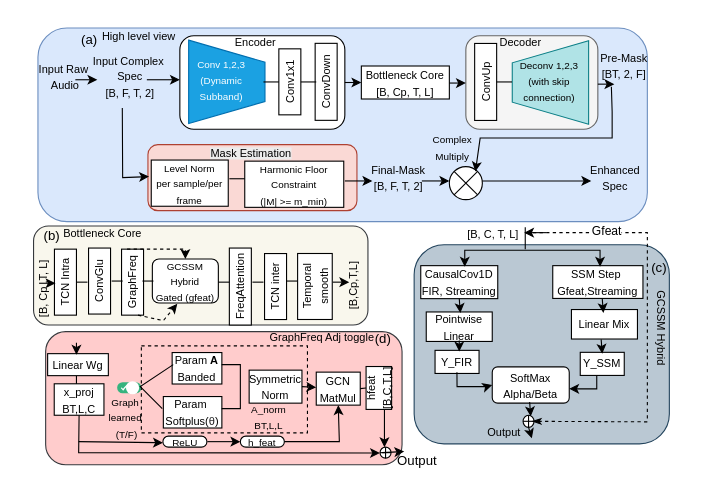
drchk/Timeseries_fuction keeps this draw.io diagram as Untitled Diagram.drawio. Above is the earlier version. Source tidied: cells renumbered, new cells numbered last; positions are measured from the earlier drawing's top-left corner, leaving out a move shared by most shapes. Both pictures are drawn from the tidied source at 110%, with x=0, y=0 at pixel (4, 19).
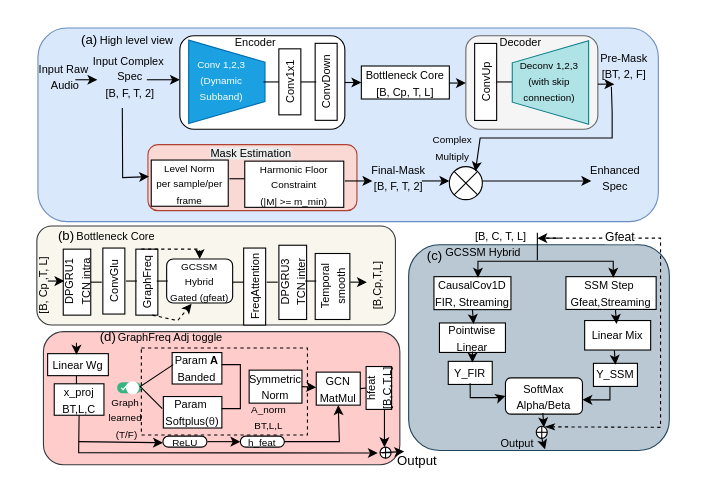
The same diagram, later.

Diff of the diagram source:
```diff
@@
     <mxCell id="2" style="rounded=1;whiteSpace=wrap;html=1;fillColor=#ffcccc;strokeColor=#36393d;" parent="1" vertex="1">
-      <mxGeometry x="37" y="284" width="324" height="121" as="geometry" />
+      <mxGeometry x="35" y="284" width="324" height="121" as="geometry" />
     </mxCell>
     <mxCell id="3" style="rounded=1;whiteSpace=wrap;html=1;fillColor=#dae8fc;strokeColor=#6c8ebf;" parent="1" vertex="1">
-      <mxGeometry x="30" y="8" width="554" height="176" as="geometry" />
+      <mxGeometry x="30" y="8" width="564" height="176" as="geometry" />
     </mxCell>
@@
     <mxCell id="42" style="rounded=1;whiteSpace=wrap;html=1;fillColor=#f9f7ed;strokeColor=#36393d;" parent="1" vertex="1">
-      <mxGeometry x="26" y="188" width="304" height="90" as="geometry" />
+      <mxGeometry x="29" y="188" width="326" height="90" as="geometry" />
     </mxCell>
     <mxCell id="43" value="&lt;font style=&quot;font-size: 10px;&quot;&gt;Bottleneck Core&lt;/font&gt;" style="text;html=1;whiteSpace=wrap;strokeColor=none;fillColor=none;align=center;verticalAlign=middle;rounded=0;" parent="1" vertex="1">
-      <mxGeometry x="49" y="179" width="80" height="30" as="geometry" />
+      <mxGeometry x="61" y="182" width="80" height="30" as="geometry" />
     </mxCell>
-    <mxCell id="44" value="&lt;font style=&quot;font-size: 10px;&quot;&gt;TCN Intra&lt;/font&gt;" style="rounded=0;whiteSpace=wrap;html=1;rotation=-90;" parent="1" vertex="1">
-      <mxGeometry x="25" y="229" width="60" height="20" as="geometry" />
+    <mxCell id="44" value="&lt;font style=&quot;font-size: 10px;&quot;&gt;DPGRU1&lt;/font&gt;&lt;div&gt;&lt;font style=&quot;font-size: 10px;&quot;&gt;TCN intra&lt;/font&gt;&lt;/div&gt;" style="rounded=0;whiteSpace=wrap;html=1;rotation=-90;" parent="1" vertex="1">
+      <mxGeometry x="35.5" y="226.5" width="60" height="25" as="geometry" />
     </mxCell>
     <mxCell id="45" value="&lt;font style=&quot;font-size: 10px;&quot;&gt;ConvGlu&lt;/font&gt;" style="rounded=0;whiteSpace=wrap;html=1;rotation=-90;" parent="1" vertex="1">
-      <mxGeometry x="56" y="228" width="60" height="20" as="geometry" />
+      <mxGeometry x="69" y="228" width="60" height="20" as="geometry" />
     </mxCell>
     <mxCell id="46" value="&lt;font style=&quot;font-size: 10px;&quot;&gt;GraphFreq&lt;/font&gt;" style="rounded=0;whiteSpace=wrap;html=1;rotation=-90;" parent="1" vertex="1">
-      <mxGeometry x="86" y="229" width="60" height="20" as="geometry" />
+      <mxGeometry x="99" y="229" width="60" height="20" as="geometry" />
     </mxCell>
     <mxCell id="47" value="&lt;font style=&quot;font-size: 10px;&quot;&gt;FreqAttention&lt;/font&gt;" style="rounded=0;whiteSpace=wrap;html=1;rotation=-90;" parent="1" vertex="1">
-      <mxGeometry x="179" y="233" width="70" height="20" as="geometry" />
+      <mxGeometry x="192" y="233" width="70" height="20" as="geometry" />
     </mxCell>
-    <mxCell id="48" value="&lt;font style=&quot;font-size: 10px;&quot;&gt;TCN inter&lt;/font&gt;" style="rounded=0;whiteSpace=wrap;html=1;rotation=-90;" parent="1" vertex="1">
-      <mxGeometry x="216" y="233" width="60" height="20" as="geometry" />
+    <mxCell id="48" value="&lt;font style=&quot;font-size: 10px;&quot;&gt;DPGRU3&lt;/font&gt;&lt;div&gt;&lt;font style=&quot;font-size: 10px;&quot;&gt;TCN inter&lt;/font&gt;&lt;/div&gt;" style="rounded=0;whiteSpace=wrap;html=1;rotation=-90;" parent="1" vertex="1">
+      <mxGeometry x="227.9" y="226.6" width="67.5" height="25.2" as="geometry" />
     </mxCell>
     <mxCell id="49" value="&lt;font style=&quot;font-size: 10px;&quot;&gt;Temporal&lt;/font&gt;&lt;div&gt;&lt;font style=&quot;font-size: 10px;&quot;&gt;smooth&lt;/font&gt;&lt;/div&gt;" style="rounded=0;whiteSpace=wrap;html=1;rotation=-90;" parent="1" vertex="1">
-      <mxGeometry x="251.8" y="227.2" width="60" height="31.5" as="geometry" />
+      <mxGeometry x="267.8" y="227.2" width="60" height="31.5" as="geometry" />
     </mxCell>
     <mxCell id="50" value="&lt;font style=&quot;font-size: 9px;&quot;&gt;GCSSM&lt;/font&gt;&lt;div&gt;&lt;font style=&quot;font-size: 9px;&quot;&gt;Hybrid&lt;/font&gt;&lt;/div&gt;&lt;div&gt;&lt;font style=&quot;font-size: 9px;&quot;&gt;Gated (gfeat)&lt;/font&gt;&lt;/div&gt;" style="rounded=1;whiteSpace=wrap;html=1;" parent="1" vertex="1">
-      <mxGeometry x="134" y="218" width="60" height="40" as="geometry" />
+      <mxGeometry x="147" y="218" width="60" height="40" as="geometry" />
     </mxCell>
     <mxCell id="51" style="endArrow=none;html=1;rounded=0;" parent="1" edge="1">
       <mxGeometry relative="1" as="geometry">
-        <mxPoint x="65" y="239" as="sourcePoint" />
-        <mxPoint x="75" y="239" as="targetPoint" />
+        <mxPoint x="78" y="239" as="sourcePoint" />
+        <mxPoint x="88" y="239" as="targetPoint" />
       </mxGeometry>
     </mxCell>
     <mxCell id="52" style="endArrow=none;html=1;rounded=0;" parent="1" edge="1">
       <mxGeometry relative="1" as="geometry">
-        <mxPoint x="97" y="238" as="sourcePoint" />
-        <mxPoint x="107" y="238" as="targetPoint" />
+        <mxPoint x="110" y="238" as="sourcePoint" />
+        <mxPoint x="120" y="238" as="targetPoint" />
       </mxGeometry>
     </mxCell>
     <mxCell id="53" style="endArrow=none;html=1;rounded=0;" parent="1" edge="1">
       <mxGeometry relative="1" as="geometry">
-        <mxPoint x="194" y="239" as="sourcePoint" />
-        <mxPoint x="204" y="239" as="targetPoint" />
+        <mxPoint x="207" y="239" as="sourcePoint" />
+        <mxPoint x="217" y="239" as="targetPoint" />
       </mxGeometry>
     </mxCell>
     <mxCell id="54" style="endArrow=none;html=1;rounded=0;" parent="1" edge="1">
       <mxGeometry relative="1" as="geometry">
-        <mxPoint x="225" y="239" as="sourcePoint" />
-        <mxPoint x="235" y="239" as="targetPoint" />
+        <mxPoint x="238" y="239" as="sourcePoint" />
+        <mxPoint x="248" y="239" as="targetPoint" />
       </mxGeometry>
     </mxCell>
     <mxCell id="55" style="endArrow=none;html=1;rounded=0;" parent="1" edge="1">
       <mxGeometry relative="1" as="geometry">
-        <mxPoint x="256" y="238" as="sourcePoint" />
-        <mxPoint x="266" y="238" as="targetPoint" />
+        <mxPoint x="273" y="238" as="sourcePoint" />
+        <mxPoint x="283" y="238" as="targetPoint" />
       </mxGeometry>
     </mxCell>
     <mxCell id="56" style="endArrow=classic;html=1;rounded=0;exitX=1;exitY=0.5;exitDx=0;exitDy=0;entryX=0;entryY=0.5;entryDx=0;entryDy=0;" parent="1" edge="1">
       <mxGeometry relative="1" as="geometry">
-        <mxPoint x="298" y="239" as="sourcePoint" />
-        <mxPoint x="313" y="239" as="targetPoint" />
+        <mxPoint x="314" y="239" as="sourcePoint" />
+        <mxPoint x="329" y="239" as="targetPoint" />
       </mxGeometry>
     </mxCell>
     <mxCell id="57" style="endArrow=classic;html=1;rounded=0;exitX=1;exitY=0.5;exitDx=0;exitDy=0;entryX=0;entryY=0.5;entryDx=0;entryDy=0;" parent="1" edge="1">
       <mxGeometry relative="1" as="geometry">
-        <mxPoint x="31" y="240" as="sourcePoint" />
-        <mxPoint x="46" y="240" as="targetPoint" />
+        <mxPoint x="39" y="238" as="sourcePoint" />
+        <mxPoint x="54" y="238" as="targetPoint" />
       </mxGeometry>
     </mxCell>
     <mxCell id="58" value="&lt;font style=&quot;font-size: 10px;&quot;&gt;[B,Cp,T,L]&lt;/font&gt;" style="text;html=1;whiteSpace=wrap;strokeColor=none;fillColor=none;align=center;verticalAlign=middle;rounded=0;rotation=-90;" parent="1" vertex="1">
-      <mxGeometry x="287" y="227.2" width="60" height="30" as="geometry" />
+      <mxGeometry x="309" y="227.2" width="60" height="30" as="geometry" />
     </mxCell>
     <mxCell id="59" value="&lt;font style=&quot;font-size: 10px;&quot;&gt;[B, Cp ,T, L]&lt;/font&gt;" style="text;html=1;whiteSpace=wrap;strokeColor=none;fillColor=none;align=center;verticalAlign=middle;rounded=0;rotation=-90;" parent="1" vertex="1">
-      <mxGeometry y="230.2" width="70" height="30" as="geometry" />
+      <mxGeometry x="-0.1" y="225.4" width="70" height="33.8" as="geometry" />
     </mxCell>
     <mxCell id="60" style="endArrow=none;html=1;rounded=0;" parent="1" edge="1">
       <mxGeometry relative="1" as="geometry">
-        <mxPoint x="125" y="238" as="sourcePoint" />
-        <mxPoint x="135" y="238" as="targetPoint" />
+        <mxPoint x="138" y="238" as="sourcePoint" />
+        <mxPoint x="148" y="238" as="targetPoint" />
       </mxGeometry>
     </mxCell>
     <mxCell id="61" style="endArrow=classic;html=1;rounded=0;exitX=0;exitY=0.75;exitDx=0;exitDy=0;entryX=0.378;entryY=1.017;entryDx=0;entryDy=0;entryPerimeter=0;dashed=1;" parent="1" edge="1" source="46" target="50">
       <mxGeometry relative="1" as="geometry">
         <Array as="points">
-          <mxPoint x="144" y="274" />
+          <mxPoint x="157" y="274" />
         </Array>
       </mxGeometry>
     </mxCell>
     <mxCell id="62" style="endArrow=classic;html=1;rounded=0;exitX=1;exitY=0.25;exitDx=0;exitDy=0;entryX=0.5;entryY=0;entryDx=0;entryDy=0;dashed=1;" parent="1" edge="1" source="46" target="50">
       <mxGeometry relative="1" as="geometry">
         <Array as="points">
-          <mxPoint x="164" y="209" />
+          <mxPoint x="177" y="209" />
         </Array>
       </mxGeometry>
     </mxCell>
     <mxCell id="63" style="rounded=1;whiteSpace=wrap;html=1;fillColor=#bac8d3;strokeColor=#23445d;" parent="1" vertex="1">
-      <mxGeometry x="372" y="205" width="232" height="181" as="geometry" />
+      <mxGeometry x="367" y="205" width="237" height="187" as="geometry" />
     </mxCell>
-    <mxCell id="64" value="&lt;font style=&quot;font-size: 10px;&quot;&gt;GCSSM Hybrid&lt;/font&gt;" style="text;html=1;whiteSpace=wrap;strokeColor=none;fillColor=none;align=center;verticalAlign=middle;rounded=0;rotation=90;" parent="1" vertex="1">
-      <mxGeometry x="527" y="266" width="140" height="30" as="geometry" />
+    <mxCell id="64" value="&lt;font style=&quot;font-size: 10px;&quot;&gt;GCSSM Hybrid&lt;/font&gt;" style="text;html=1;whiteSpace=wrap;strokeColor=none;fillColor=none;align=center;verticalAlign=middle;rounded=0;rotation=0;" parent="1" vertex="1">
+      <mxGeometry x="365" y="197.2" width="140" height="30" as="geometry" />
     </mxCell>
     <mxCell id="65" value="&lt;font style=&quot;font-size: 10px;&quot;&gt;CausalCov1D&lt;/font&gt;&lt;div&gt;&lt;font style=&quot;font-size: 10px;&quot;&gt;FIR, Streaming&lt;/font&gt;&lt;/div&gt;" style="rounded=0;whiteSpace=wrap;html=1;" parent="1" vertex="1">
-      <mxGeometry x="378" y="224" width="70" height="30" as="geometry" />
+      <mxGeometry x="390" y="234" width="70" height="30" as="geometry" />
     </mxCell>
     <mxCell id="66" value="&lt;font style=&quot;font-size: 10px;&quot;&gt;Pointwise&lt;/font&gt;&lt;div&gt;&lt;font style=&quot;font-size: 10px;&quot;&gt;Linear&lt;/font&gt;&lt;/div&gt;" style="rounded=0;whiteSpace=wrap;html=1;" parent="1" vertex="1">
-      <mxGeometry x="383" y="266.1" width="60" height="26.8" as="geometry" />
+      <mxGeometry x="395" y="276.1" width="60" height="26.8" as="geometry" />
     </mxCell>
     <mxCell id="67" value="&lt;font style=&quot;font-size: 10px;&quot;&gt;Y_FIR&lt;/font&gt;" style="rounded=0;whiteSpace=wrap;html=1;" parent="1" vertex="1">
-      <mxGeometry x="391" y="301" width="40" height="21" as="geometry" />
+      <mxGeometry x="403" y="311" width="40" height="21" as="geometry" />
     </mxCell>
     <mxCell id="68" style="endArrow=classic;html=1;rounded=0;exitX=0.5;exitY=1;exitDx=0;exitDy=0;" parent="1" edge="1" source="65">
       <mxGeometry relative="1" as="geometry">
-        <mxPoint x="414" y="267" as="targetPoint" />
+        <mxPoint x="426" y="277" as="targetPoint" />
       </mxGeometry>
     </mxCell>
     <mxCell id="69" style="endArrow=classic;html=1;rounded=0;" parent="1" edge="1">
       <mxGeometry relative="1" as="geometry">
-        <mxPoint x="413" y="292" as="sourcePoint" />
-        <mxPoint x="413" y="302" as="targetPoint" />
+        <mxPoint x="425" y="302" as="sourcePoint" />
+        <mxPoint x="425" y="312" as="targetPoint" />
         <Array as="points">
-          <mxPoint x="413" y="302" />
+          <mxPoint x="425" y="312" />
         </Array>
       </mxGeometry>
     </mxCell>
     <mxCell id="70" style="endArrow=classic;html=1;rounded=0;entryX=0;entryY=0.5;entryDx=0;entryDy=0;" parent="1" edge="1" target="71">
       <mxGeometry relative="1" as="geometry">
-        <mxPoint x="410.9" y="321" as="sourcePoint" />
+        <mxPoint x="422.9" y="331" as="sourcePoint" />
         <Array as="points">
-          <mxPoint x="411" y="334" />
-          <mxPoint x="438" y="334" />
+          <mxPoint x="423" y="344" />
+          <mxPoint x="450" y="344" />
         </Array>
       </mxGeometry>
     </mxCell>
     <mxCell id="71" value="&lt;font style=&quot;font-size: 10px;&quot;&gt;SoftMax&lt;/font&gt;&lt;div&gt;&lt;font style=&quot;font-size: 10px;&quot;&gt;Alpha/Beta&lt;/font&gt;&lt;/div&gt;" style="rounded=1;whiteSpace=wrap;html=1;" parent="1" vertex="1">
-      <mxGeometry x="443" y="316" width="70" height="33" as="geometry" />
+      <mxGeometry x="455" y="326" width="70" height="33" as="geometry" />
     </mxCell>
     <mxCell id="72" value="&lt;span style=&quot;font-size: 10px;&quot;&gt;SSM Step&amp;nbsp;&lt;/span&gt;&lt;div&gt;&lt;span style=&quot;font-size: 10px;&quot;&gt;Gfeat,Streaming&lt;/span&gt;&lt;/div&gt;" style="rounded=0;whiteSpace=wrap;html=1;" parent="1" vertex="1">
-      <mxGeometry x="498" y="224" width="82" height="29.8" as="geometry" />
+      <mxGeometry x="510" y="234" width="82" height="29.8" as="geometry" />
     </mxCell>
     <mxCell id="73" value="&lt;span style=&quot;font-size: 10px;&quot;&gt;Linear Mix&lt;/span&gt;" style="rounded=0;whiteSpace=wrap;html=1;" parent="1" vertex="1">
-      <mxGeometry x="515" y="263.9" width="60" height="26.8" as="geometry" />
+      <mxGeometry x="527" y="273.9" width="60" height="26.8" as="geometry" />
     </mxCell>
     <mxCell id="74" value="&lt;font style=&quot;font-size: 10px;&quot;&gt;Y_SSM&lt;/font&gt;" style="rounded=0;whiteSpace=wrap;html=1;" parent="1" vertex="1">
-      <mxGeometry x="523" y="302.8" width="40" height="21" as="geometry" />
+      <mxGeometry x="535" y="312.8" width="40" height="21" as="geometry" />
     </mxCell>
     <mxCell id="75" style="endArrow=classic;html=1;rounded=0;exitX=0.5;exitY=1;exitDx=0;exitDy=0;" parent="1" edge="1">
       <mxGeometry relative="1" as="geometry">
-        <mxPoint x="543" y="254" as="sourcePoint" />
-        <mxPoint x="544" y="267" as="targetPoint" />
+        <mxPoint x="555" y="264" as="sourcePoint" />
+        <mxPoint x="556" y="277" as="targetPoint" />
       </mxGeometry>
     </mxCell>
     <mxCell id="76" style="endArrow=classic;html=1;rounded=0;exitX=0.5;exitY=1;exitDx=0;exitDy=0;" parent="1" edge="1">
       <mxGeometry relative="1" as="geometry">
-        <mxPoint x="542" y="291" as="sourcePoint" />
-        <mxPoint x="543" y="304" as="targetPoint" />
+        <mxPoint x="554" y="301" as="sourcePoint" />
+        <mxPoint x="555" y="314" as="targetPoint" />
       </mxGeometry>
     </mxCell>
     <mxCell id="77" style="endArrow=classic;html=1;rounded=0;exitX=0.5;exitY=1;exitDx=0;exitDy=0;" parent="1" edge="1">
       <mxGeometry relative="1" as="geometry">
-        <mxPoint x="538" y="323.8" as="sourcePoint" />
-        <mxPoint x="513" y="336" as="targetPoint" />
+        <mxPoint x="550" y="333.8" as="sourcePoint" />
+        <mxPoint x="525" y="346" as="targetPoint" />
         <Array as="points">
-          <mxPoint x="538" y="336" />
+          <mxPoint x="550" y="346" />
         </Array>
       </mxGeometry>
     </mxCell>
     <mxCell id="78" style="verticalLabelPosition=bottom;verticalAlign=top;html=1;shape=mxgraph.flowchart.summing_function;" parent="1" vertex="1">
-      <mxGeometry x="471" y="360" width="10" height="11" as="geometry" />
+      <mxGeometry x="483" y="370" width="10" height="11" as="geometry" />
     </mxCell>
     <mxCell id="79" style="endArrow=classic;html=1;rounded=0;exitX=0.5;exitY=1;exitDx=0;exitDy=0;" parent="1" edge="1">
       <mxGeometry relative="1" as="geometry">
-        <mxPoint x="477" y="348" as="sourcePoint" />
-        <mxPoint x="478" y="361" as="targetPoint" />
+        <mxPoint x="489" y="358" as="sourcePoint" />
+        <mxPoint x="490" y="371" as="targetPoint" />
       </mxGeometry>
     </mxCell>
     <mxCell id="80" style="endArrow=classic;html=1;rounded=0;exitX=0.5;exitY=1;exitDx=0;exitDy=0;exitPerimeter=0;" parent="1" edge="1" source="78">
       <mxGeometry relative="1" as="geometry">
-        <mxPoint x="479" y="381" as="targetPoint" />
+        <mxPoint x="491" y="391" as="targetPoint" />
       </mxGeometry>
     </mxCell>
     <mxCell id="81" style="endArrow=classic;startArrow=classic;html=1;rounded=0;" parent="1" edge="1">
       <mxGeometry relative="1" as="geometry">
-        <mxPoint x="418" y="225" as="sourcePoint" />
-        <mxPoint x="541" y="225" as="targetPoint" />
+        <mxPoint x="430" y="235" as="sourcePoint" />
+        <mxPoint x="553" y="235" as="targetPoint" />
         <Array as="points">
-          <mxPoint x="418" y="210" />
-          <mxPoint x="541" y="210" />
+          <mxPoint x="430" y="220" />
+          <mxPoint x="553" y="220" />
         </Array>
       </mxGeometry>
     </mxCell>
     <mxCell id="82" style="endArrow=none;html=1;rounded=0;" parent="1" edge="1">
       <mxGeometry relative="1" as="geometry">
-        <mxPoint x="473" y="209" as="sourcePoint" />
-        <mxPoint x="473" y="189" as="targetPoint" />
+        <mxPoint x="484" y="219" as="sourcePoint" />
+        <mxPoint x="484" y="199" as="targetPoint" />
+        <Array as="points">
+          <mxPoint x="484" y="194" />
+        </Array>
       </mxGeometry>
     </mxCell>
     <mxCell id="83" value="&lt;font style=&quot;font-size: 10px;&quot;&gt;[B, C, T, L]&lt;/font&gt;" style="text;html=1;whiteSpace=wrap;strokeColor=none;fillColor=none;align=center;verticalAlign=middle;rounded=0;" parent="1" vertex="1">
-      <mxGeometry x="414" y="180" width="60" height="30" as="geometry" />
+      <mxGeometry x="421" y="182" width="60" height="30" as="geometry" />
     </mxCell>
     <mxCell id="84" style="endArrow=classicThin;html=1;rounded=0;entryX=1;entryY=0.5;entryDx=0;entryDy=0;entryPerimeter=0;dashed=1;endFill=1;" parent="1" edge="1">
       <mxGeometry relative="1" as="geometry">
-        <mxPoint x="474" y="194" as="sourcePoint" />
-        <mxPoint x="479" y="365.5" as="targetPoint" />
+        <mxPoint x="486" y="199" as="sourcePoint" />
+        <mxPoint x="491" y="370.5" as="targetPoint" />
         <Array as="points">
-          <mxPoint x="584" y="194" />
-          <mxPoint x="584" y="284" />
-          <mxPoint x="584" y="366" />
+          <mxPoint x="596" y="199" />
+          <mxPoint x="596" y="289" />
+          <mxPoint x="596" y="371" />
         </Array>
       </mxGeometry>
     </mxCell>
@@
     <mxCell id="86" style="endArrow=classic;html=1;rounded=0;" parent="1" edge="1">
       <mxGeometry relative="1" as="geometry">
-        <mxPoint x="492" y="194" as="sourcePoint" />
-        <mxPoint x="472" y="194" as="targetPoint" />
+        <mxPoint x="504" y="199" as="sourcePoint" />
+        <mxPoint x="484" y="199" as="targetPoint" />
       </mxGeometry>
     </mxCell>
     <mxCell id="87" value="&lt;font style=&quot;font-size: 10px;&quot;&gt;Output&lt;/font&gt;" style="text;html=1;whiteSpace=wrap;strokeColor=none;fillColor=none;align=center;verticalAlign=middle;rounded=0;" parent="1" vertex="1">
-      <mxGeometry x="424" y="360" width="60" height="30" as="geometry" />
+      <mxGeometry x="436" y="370" width="60" height="30" as="geometry" />
     </mxCell>
@@
     <mxCell id="96" style="rounded=0;whiteSpace=wrap;html=1;fillColor=none;dashed=1;" parent="1" vertex="1">
-      <mxGeometry x="124" y="296.9" width="151" height="79.1" as="geometry" />
+      <mxGeometry x="124" y="298.9" width="151" height="79.1" as="geometry" />
     </mxCell>
@@
     <mxCell id="117" value="(b)" style="text;html=1;whiteSpace=wrap;strokeColor=none;fillColor=none;align=center;verticalAlign=middle;rounded=0;" parent="1" vertex="1">
-      <mxGeometry x="13" y="182" width="60" height="30" as="geometry" />
+      <mxGeometry x="26" y="182" width="60" height="30" as="geometry" />
     </mxCell>
     <mxCell id="118" value="(c)" style="text;html=1;whiteSpace=wrap;strokeColor=none;fillColor=none;align=center;verticalAlign=middle;rounded=0;" parent="1" vertex="1">
-      <mxGeometry x="565" y="211" width="60" height="30" as="geometry" />
+      <mxGeometry x="361" y="200" width="60" height="30" as="geometry" />
     </mxCell>
     <mxCell id="119" value="(d)" style="text;html=1;whiteSpace=wrap;strokeColor=none;fillColor=none;align=center;verticalAlign=middle;rounded=0;" parent="1" vertex="1">
-      <mxGeometry x="314.4" y="276" width="60" height="30" as="geometry" />
+      <mxGeometry x="64" y="274" width="60" height="30" as="geometry" />
     </mxCell>
     <mxCell id="120" value="&lt;font style=&quot;font-size: 10px;&quot;&gt;GraphFreq Adj toggle&lt;/font&gt;" style="text;html=1;whiteSpace=wrap;strokeColor=none;fillColor=none;align=center;verticalAlign=middle;rounded=0;" parent="1" vertex="1">
-      <mxGeometry x="228" y="274" width="121" height="30" as="geometry" />
+      <mxGeometry x="90" y="274" width="121" height="30" as="geometry" />
     </mxCell>
     <mxCell id="121" value="&lt;font style=&quot;font-size: 10px;&quot;&gt;High level view&lt;/font&gt;" style="text;html=1;whiteSpace=wrap;strokeColor=none;fillColor=none;align=center;verticalAlign=middle;rounded=0;" parent="1" vertex="1">
-      <mxGeometry x="82" width="80" height="30" as="geometry" />
+      <mxGeometry x="79.5" y="4" width="80" height="30" as="geometry" />
     </mxCell>
```
